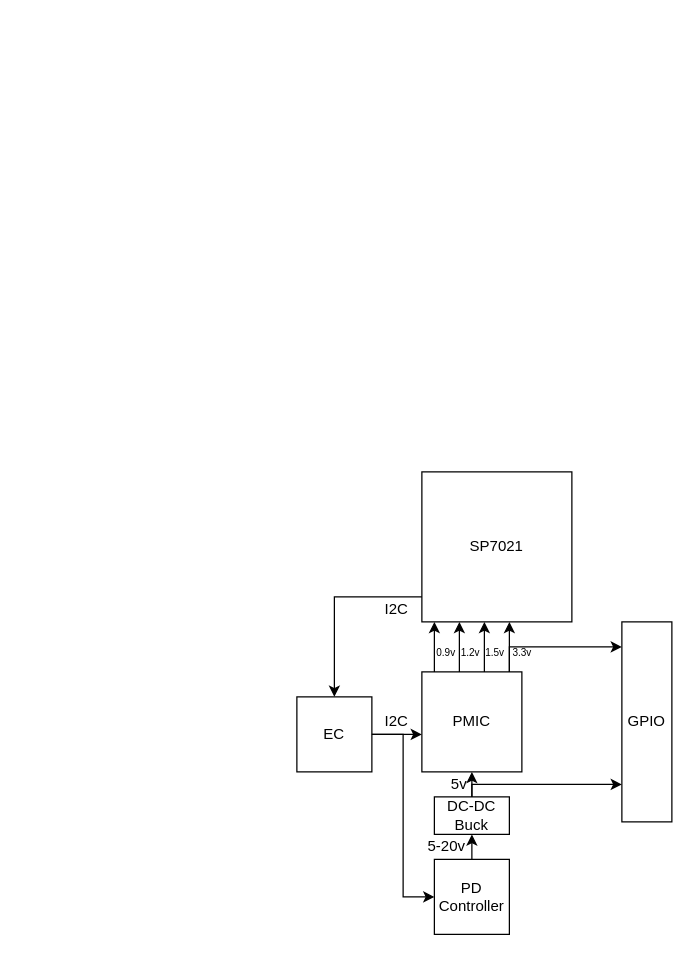
ctcl-bregis/sp7021-block-sbc keeps this draw.io diagram as hw_diagram.drawio. Above is the earlier version. Source tidied: cells renumbered, new cells numbered last; positions are measured from the earlier drawing's top-left corner, leaving out a move shared by most shapes. Both pictures are drawn from the tidied source at 125%, with x=0, y=0 at pixel (296, 471).
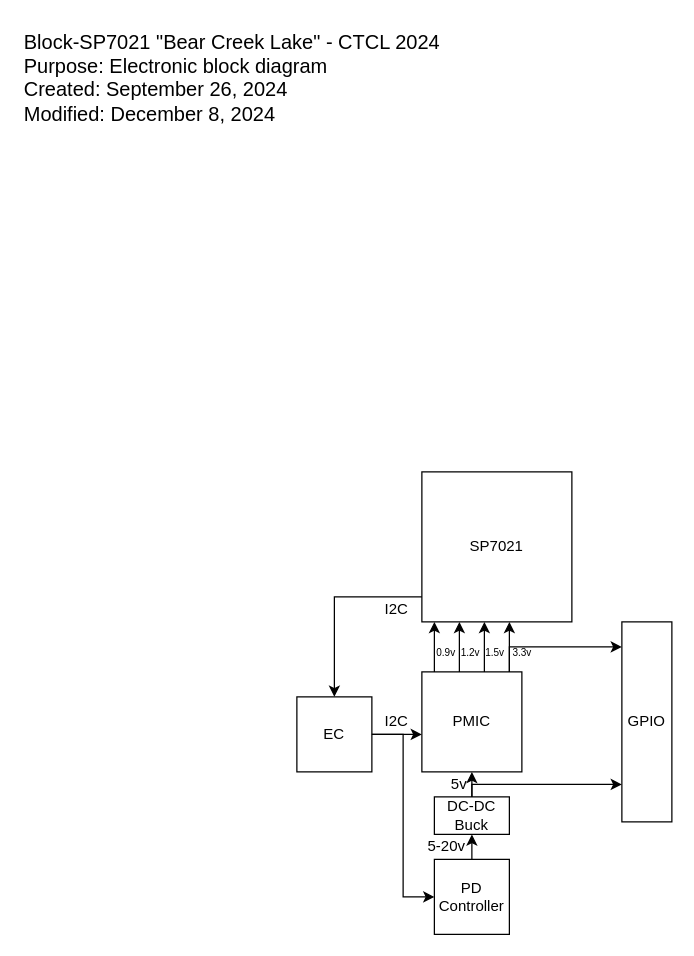
Above is the later version.

Diff of the diagram source:
```diff
@@
+    <mxCell id="24" value="Block-SP7021 &quot;Bear Creek Lake&quot; - CTCL 2024&lt;div&gt;Purpose: Electronic block diagram&lt;br&gt;&lt;/div&gt;&lt;div&gt;Created: September 26, 2024&lt;/div&gt;&lt;div&gt;Modified: December 8, 2024&lt;/div&gt;&lt;div&gt;&lt;br&gt;&lt;/div&gt;" style="text;html=1;align=left;verticalAlign=top;whiteSpace=wrap;rounded=0;fontSize=16;" parent="1" vertex="1">
+      <mxGeometry x="-220" y="-360" width="390" height="160" as="geometry" />
+    </mxCell>
```
